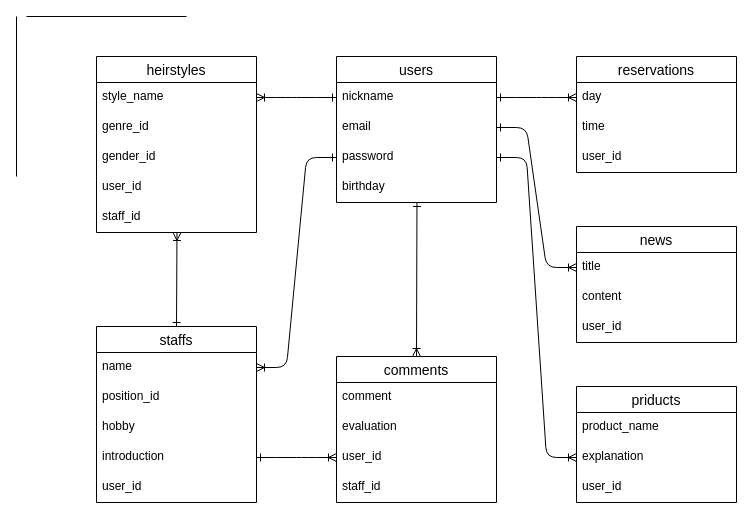
Above: ER.dio in prodaigo/salon_app (draw.io), before the change. Source tidied: cells renumbered, new cells numbered last; positions are measured from the earlier drawing's top-left corner, leaving out a move shared by most shapes. Both pictures are drawn from the tidied source at 100%, with x=0, y=0 at pixel (16, 16).
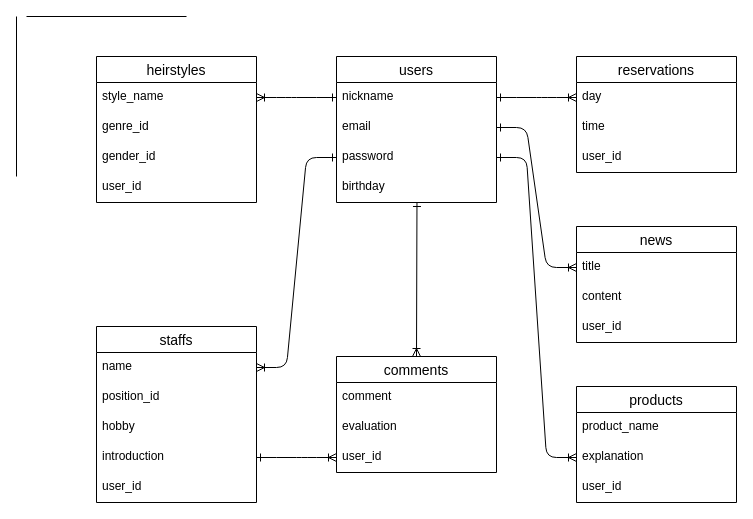
After the change.

The change refers to these unchanged cells:
```xml
<mxCell id="7" value="staffs" style="swimlane;fontStyle=0;horizontal=1;startSize=26;align=center;fontSize=14;" parent="1" vertex="1">
  <mxGeometry x="80" y="310" width="160" height="176" as="geometry" />
</mxCell>
```

The edit, as a diff of the source:
```diff
@@
     <mxCell id="13" value="heirstyles" style="swimlane;fontStyle=0;horizontal=1;startSize=26;align=center;fontSize=14;" parent="1" vertex="1">
-      <mxGeometry x="80" y="40" width="160" height="176" as="geometry" />
+      <mxGeometry x="80" y="40" width="160" height="146" as="geometry" />
     </mxCell>
@@
-    <mxCell id="18" value="staff_id" style="text;strokeColor=none;fillColor=none;spacingLeft=4;spacingRight=4;overflow=hidden;points=[[0,0.5],[1,0.5]];portConstraint=eastwest;fontSize=12;" parent="13" vertex="1">
-      <mxGeometry y="146" width="160" height="30" as="geometry" />
-    </mxCell>
@@
     <mxCell id="27" value="comments" style="swimlane;fontStyle=0;horizontal=1;startSize=26;align=center;fontSize=14;" parent="1" vertex="1">
-      <mxGeometry x="320" y="340" width="160" height="146" as="geometry" />
+      <mxGeometry x="320" y="340" width="160" height="116" as="geometry" />
     </mxCell>
@@
-    <mxCell id="31" value="staff_id" style="text;strokeColor=none;fillColor=none;spacingLeft=4;spacingRight=4;overflow=hidden;fontSize=12;" parent="27" vertex="1">
-      <mxGeometry y="116" width="160" height="30" as="geometry" />
-    </mxCell>
-    <mxCell id="32" value="priducts" style="swimlane;fontStyle=0;horizontal=1;startSize=26;align=center;fontSize=14;" parent="1" vertex="1">
+    <mxCell id="32" value="products" style="swimlane;fontStyle=0;horizontal=1;startSize=26;align=center;fontSize=14;" parent="1" vertex="1">
       <mxGeometry x="560" y="370" width="160" height="116" as="geometry" />
     </mxCell>
@@
-    <mxCell id="41" style="fontSize=12;html=1;endArrow=ERoneToMany;elbow=vertical;exitX=0.5;exitY=0;exitDx=0;exitDy=0;entryX=0.503;entryY=1;entryDx=0;entryDy=0;entryPerimeter=0;startArrow=ERone;startFill=0;" parent="1" edge="1" source="7" target="18">
-      <mxGeometry relative="1" as="geometry" />
-    </mxCell>
```
